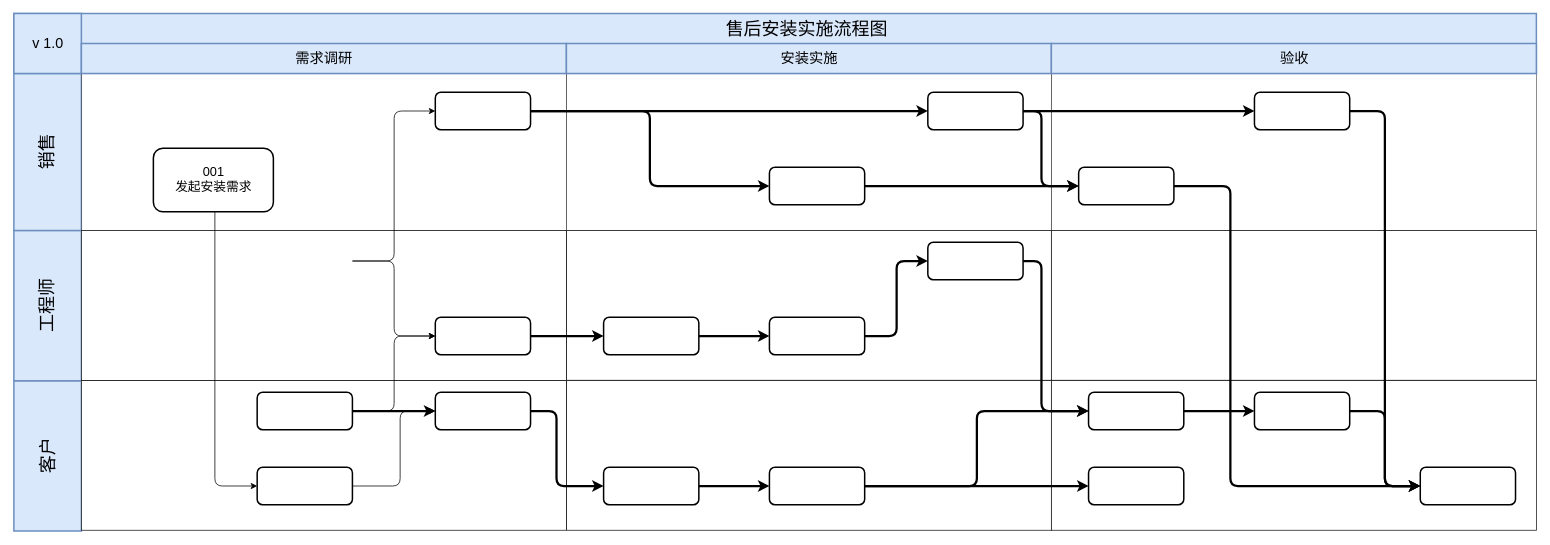
Earlier version of the draw.io diagram page "安装服务流程" (1 of 6) of Untitled Diagram.drawio (ahhfltj/cloud). Source tidied: cells renumbered, new cells numbered last; positions are measured from the earlier drawing's top-left corner, leaving out a move shared by most shapes. Both pictures are drawn from the tidied source at 75%, with x=0, y=0 at pixel (14, 13).
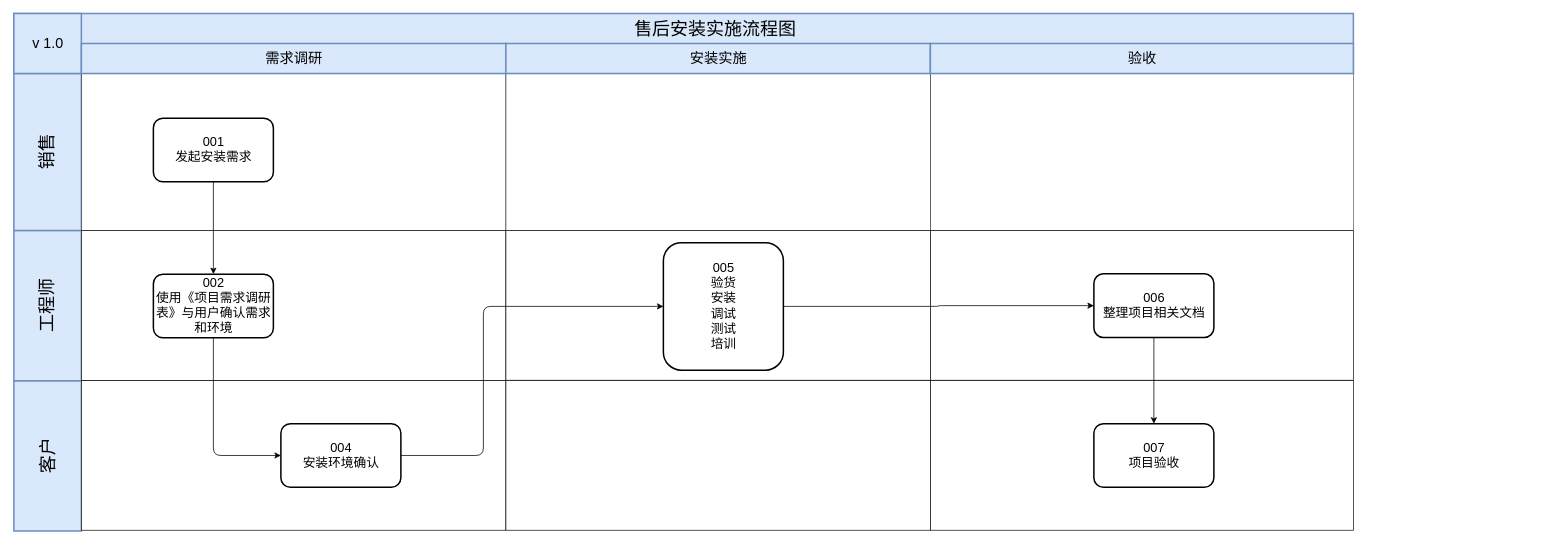
Above is the later version.

Change to the diagram source:
```diff
@@
     <mxCell id="2" value="售后安装实施流程图" style="fontSize=24;strokeWidth=2;fontFamily=Helvetica;html=1;fontStyle=0;spacingBottom=8;spacingRight=0;spacingLeft=83;verticalAlign=top;fillColor=#dae8fc;strokeColor=#6c8ebf;" parent="1" vertex="1">
-      <mxGeometry y="0.5" width="2030" height="80" as="geometry" />
+      <mxGeometry y="0.5" width="1786" height="80" as="geometry" />
     </mxCell>
@@
     <mxCell id="7" style="fontSize=18;strokeWidth=1;fontFamily=Helvetica;html=1;opacity=60;" parent="1" vertex="1">
-      <mxGeometry x="90" y="80.5" width="646.7" height="209.5" as="geometry" />
+      <mxGeometry x="90" y="80.5" width="566" height="209.5" as="geometry" />
     </mxCell>
     <mxCell id="8" style="fontSize=18;strokeWidth=1;fontFamily=Helvetica;html=1;opacity=90;" parent="1" vertex="1">
-      <mxGeometry x="90" y="290" width="646.7" height="200" as="geometry" />
+      <mxGeometry x="90" y="290" width="566" height="200" as="geometry" />
     </mxCell>
     <mxCell id="9" style="fontSize=18;strokeWidth=1;fontFamily=Helvetica;html=1;opacity=90;" parent="1" vertex="1">
-      <mxGeometry x="90" y="490" width="646.7" height="199.5" as="geometry" />
+      <mxGeometry x="90" y="490" width="566" height="199.5" as="geometry" />
     </mxCell>
     <mxCell id="10" style="fontSize=18;strokeWidth=1;fontFamily=Helvetica;html=1;opacity=60;" parent="1" vertex="1">
-      <mxGeometry x="736.7" y="80.5" width="647" height="209.5" as="geometry" />
+      <mxGeometry x="656" y="80.5" width="566" height="209.5" as="geometry" />
     </mxCell>
     <mxCell id="11" style="fontSize=18;strokeWidth=1;fontFamily=Helvetica;html=1;opacity=90;" parent="1" vertex="1">
-      <mxGeometry x="737" y="290" width="646.7" height="199.5" as="geometry" />
+      <mxGeometry x="656" y="290" width="566" height="199.5" as="geometry" />
     </mxCell>
     <mxCell id="12" style="fontSize=18;strokeWidth=1;fontFamily=Helvetica;html=1;opacity=90;" parent="1" vertex="1">
-      <mxGeometry x="737" y="490" width="646.7" height="199.5" as="geometry" />
+      <mxGeometry x="656" y="490" width="566" height="199.5" as="geometry" />
     </mxCell>
     <mxCell id="13" style="fontSize=18;strokeWidth=1;fontFamily=Helvetica;html=1;opacity=60;" parent="1" vertex="1">
-      <mxGeometry x="1383.3" y="80.5" width="647" height="209.5" as="geometry" />
+      <mxGeometry x="1222" y="80.5" width="564" height="209.5" as="geometry" />
     </mxCell>
     <mxCell id="14" style="fontSize=18;strokeWidth=1;fontFamily=Helvetica;html=1;opacity=90;" parent="1" vertex="1">
-      <mxGeometry x="1383.3" y="290" width="646.7" height="199.5" as="geometry" />
+      <mxGeometry x="1222" y="290" width="564" height="199.5" as="geometry" />
     </mxCell>
     <mxCell id="15" style="fontSize=18;strokeWidth=1;fontFamily=Helvetica;html=1;opacity=90;" parent="1" vertex="1">
-      <mxGeometry x="1383.3" y="490" width="646.7" height="199.5" as="geometry" />
+      <mxGeometry x="1222" y="490" width="564" height="199.5" as="geometry" />
     </mxCell>
+    <mxCell id="62" style="edgeStyle=orthogonalEdgeStyle;curved=0;rounded=1;sketch=0;jettySize=auto;html=1;fontSize=17;strokeWidth=1;" parent="1" edge="1" source="16" target="63">
+      <mxGeometry relative="1" as="geometry" />
+    </mxCell>
     <mxCell id="16" value="001&lt;br style=&quot;font-size: 17px;&quot;&gt;发起安装需求" style="rounded=1;strokeWidth=2;fontFamily=Helvetica;html=1;fontSize=17;" parent="1" vertex="1">
-      <mxGeometry x="186" y="180" width="160" height="84.8" as="geometry" />
+      <mxGeometry x="186" y="140" width="160" height="84.8" as="geometry" />
     </mxCell>
-    <mxCell id="17" style="rounded=1;strokeWidth=2;fontFamily=Helvetica;html=1;" parent="1" vertex="1">
-      <mxGeometry x="561.9" y="105.5" width="127" height="50" as="geometry" />
-    </mxCell>
-    <mxCell id="18" style="rounded=1;strokeWidth=2;fontFamily=Helvetica;html=1;" parent="1" vertex="1">
-      <mxGeometry x="561.9" y="405.5" width="127" height="50" as="geometry" />
-    </mxCell>
-    <mxCell id="19" style="rounded=1;strokeWidth=2;fontFamily=Helvetica;html=1;" parent="1" vertex="1">
-      <mxGeometry x="561.9" y="505.5" width="127" height="50" as="geometry" />
-    </mxCell>
-    <mxCell id="20" style="rounded=1;strokeWidth=2;fontFamily=Helvetica;html=1;" parent="1" vertex="1">
-      <mxGeometry x="324.4" y="605.5" width="127" height="50" as="geometry" />
-    </mxCell>
-    <mxCell id="21" style="rounded=1;strokeWidth=2;fontFamily=Helvetica;html=1;" parent="1" vertex="1">
-      <mxGeometry x="324.4" y="505.5" width="127" height="50" as="geometry" />
-    </mxCell>
-    <mxCell id="22" style="rounded=1;strokeWidth=2;fontFamily=Helvetica;html=1;" parent="1" vertex="1">
-      <mxGeometry x="1007.4" y="205.5" width="127" height="50" as="geometry" />
-    </mxCell>
-    <mxCell id="23" style="rounded=1;strokeWidth=2;fontFamily=Helvetica;html=1;" parent="1" vertex="1">
-      <mxGeometry x="1218.6" y="105.5" width="127" height="50" as="geometry" />
-    </mxCell>
-    <mxCell id="24" style="rounded=1;strokeWidth=2;fontFamily=Helvetica;html=1;" parent="1" vertex="1">
-      <mxGeometry x="1875.2" y="605.5" width="127" height="50" as="geometry" />
-    </mxCell>
-    <mxCell id="25" style="rounded=1;strokeWidth=2;fontFamily=Helvetica;html=1;" parent="1" vertex="1">
-      <mxGeometry x="1007.4" y="405.5" width="127" height="50" as="geometry" />
-    </mxCell>
-    <mxCell id="26" style="rounded=1;strokeWidth=2;fontFamily=Helvetica;html=1;" parent="1" vertex="1">
-      <mxGeometry x="786.3" y="605.5" width="127" height="50" as="geometry" />
-    </mxCell>
-    <mxCell id="27" style="rounded=1;strokeWidth=2;fontFamily=Helvetica;html=1;" parent="1" vertex="1">
-      <mxGeometry x="1007.4" y="605.5" width="127" height="50" as="geometry" />
-    </mxCell>
-    <mxCell id="28" style="rounded=1;strokeWidth=2;fontFamily=Helvetica;html=1;" parent="1" vertex="1">
-      <mxGeometry x="786.3" y="405.5" width="127" height="50" as="geometry" />
-    </mxCell>
-    <mxCell id="29" style="rounded=1;strokeWidth=2;fontFamily=Helvetica;html=1;" parent="1" vertex="1">
-      <mxGeometry x="1218.6" y="305.5" width="127" height="50" as="geometry" />
-    </mxCell>
-    <mxCell id="30" style="rounded=1;strokeWidth=2;fontFamily=Helvetica;html=1;" parent="1" vertex="1">
-      <mxGeometry x="1432.9" y="505.5" width="127" height="50" as="geometry" />
-    </mxCell>
-    <mxCell id="31" style="rounded=1;strokeWidth=2;fontFamily=Helvetica;html=1;" parent="1" vertex="1">
-      <mxGeometry x="1654.1" y="505.5" width="127" height="50" as="geometry" />
-    </mxCell>
-    <mxCell id="32" style="rounded=1;strokeWidth=2;fontFamily=Helvetica;html=1;" parent="1" vertex="1">
-      <mxGeometry x="1419.7" y="205.5" width="127" height="50" as="geometry" />
-    </mxCell>
-    <mxCell id="33" style="rounded=1;strokeWidth=2;fontFamily=Helvetica;html=1;" parent="1" vertex="1">
-      <mxGeometry x="1432.9" y="605.5" width="127" height="50" as="geometry" />
-    </mxCell>
-    <mxCell id="34" style="rounded=1;strokeWidth=2;fontFamily=Helvetica;html=1;" parent="1" vertex="1">
-      <mxGeometry x="1654.1" y="105.5" width="127" height="50" as="geometry" />
-    </mxCell>
-    <mxCell id="35" style="edgeStyle=elbowEdgeStyle;elbow=horizontal;strokeWidth=1;fontFamily=Helvetica;html=1;" parent="1" edge="1" source="16" target="20">
-      <mxGeometry x="6.4" y="830.5" as="geometry">
-        <Array as="points">
-          <mxPoint x="268" y="252.5" />
-        </Array>
-      </mxGeometry>
-    </mxCell>
-    <mxCell id="36" style="edgeStyle=elbowEdgeStyle;elbow=horizontal;strokeWidth=1;fontFamily=Helvetica;html=1;" parent="1" edge="1" target="17">
-      <mxGeometry x="6.4" y="830.5" as="geometry">
-        <mxPoint x="451.4" y="330.5" as="sourcePoint" />
-      </mxGeometry>
-    </mxCell>
-    <mxCell id="37" style="edgeStyle=elbowEdgeStyle;elbow=horizontal;strokeWidth=1;fontFamily=Helvetica;html=1;" parent="1" edge="1" target="18">
-      <mxGeometry x="6.4" y="830.5" as="geometry">
-        <mxPoint x="451.4" y="330.5" as="sourcePoint" />
-      </mxGeometry>
-    </mxCell>
-    <mxCell id="38" style="edgeStyle=elbowEdgeStyle;elbow=horizontal;strokeWidth=1;fontFamily=Helvetica;html=1;" parent="1" edge="1" source="21" target="18">
-      <mxGeometry x="6.4" y="830.5" as="geometry" />
-    </mxCell>
-    <mxCell id="39" style="edgeStyle=elbowEdgeStyle;elbow=horizontal;strokeWidth=3;fontFamily=Helvetica;html=1;" parent="1" edge="1" source="21" target="19">
-      <mxGeometry x="6.4" y="830.5" as="geometry" />
-    </mxCell>
-    <mxCell id="40" style="edgeStyle=elbowEdgeStyle;elbow=horizontal;strokeWidth=1;fontFamily=Helvetica;html=1;" parent="1" edge="1" source="20" target="19">
-      <mxGeometry x="6.4" y="830.5" as="geometry">
-        <Array as="points">
-          <mxPoint x="515" y="584.5" />
-        </Array>
-      </mxGeometry>
-    </mxCell>
-    <mxCell id="41" style="edgeStyle=elbowEdgeStyle;elbow=horizontal;strokeWidth=3;fontFamily=Helvetica;html=1;" parent="1" edge="1" source="17" target="22">
-      <mxGeometry x="6.4" y="830.5" as="geometry" />
-    </mxCell>
-    <mxCell id="42" style="edgeStyle=elbowEdgeStyle;elbow=horizontal;strokeWidth=3;fontFamily=Helvetica;html=1;" parent="1" edge="1" source="18" target="28">
-      <mxGeometry x="6.4" y="830.5" as="geometry" />
-    </mxCell>
-    <mxCell id="43" style="edgeStyle=elbowEdgeStyle;elbow=horizontal;strokeWidth=3;fontFamily=Helvetica;html=1;" parent="1" edge="1" source="28" target="25">
-      <mxGeometry x="6.4" y="830.5" as="geometry" />
-    </mxCell>
-    <mxCell id="44" style="edgeStyle=elbowEdgeStyle;elbow=horizontal;strokeWidth=3;fontFamily=Helvetica;html=1;" parent="1" edge="1" source="17" target="23">
-      <mxGeometry x="6.4" y="830.5" as="geometry" />
-    </mxCell>
-    <mxCell id="45" style="edgeStyle=elbowEdgeStyle;elbow=horizontal;strokeWidth=3;fontFamily=Helvetica;html=1;" parent="1" edge="1" source="19" target="26">
-      <mxGeometry x="6.4" y="830.5" as="geometry">
-        <Array as="points">
-          <mxPoint x="723.5" y="580.5" />
-        </Array>
-      </mxGeometry>
-    </mxCell>
-    <mxCell id="46" style="edgeStyle=elbowEdgeStyle;elbow=horizontal;strokeWidth=3;fontFamily=Helvetica;html=1;" parent="1" edge="1" source="26" target="27">
-      <mxGeometry x="6.4" y="830.5" as="geometry" />
-    </mxCell>
-    <mxCell id="47" style="edgeStyle=elbowEdgeStyle;elbow=horizontal;strokeWidth=3;fontFamily=Helvetica;html=1;" parent="1" edge="1" source="32" target="24">
-      <mxGeometry x="6.4" y="830.5" as="geometry">
-        <Array as="points">
-          <mxPoint x="1622" y="430.5" />
-        </Array>
-      </mxGeometry>
-    </mxCell>
-    <mxCell id="48" style="edgeStyle=elbowEdgeStyle;elbow=horizontal;strokeWidth=3;fontFamily=Helvetica;html=1;" parent="1" edge="1" source="27" target="30">
-      <mxGeometry x="6.4" y="830.5" as="geometry" />
-    </mxCell>
-    <mxCell id="49" style="edgeStyle=elbowEdgeStyle;elbow=horizontal;strokeWidth=3;fontFamily=Helvetica;html=1;" parent="1" edge="1" source="27" target="33">
-      <mxGeometry x="6.4" y="830.5" as="geometry" />
-    </mxCell>
-    <mxCell id="50" style="edgeStyle=elbowEdgeStyle;elbow=horizontal;strokeWidth=3;fontFamily=Helvetica;html=1;" parent="1" edge="1" source="25" target="29">
-      <mxGeometry x="6.4" y="830.5" as="geometry" />
-    </mxCell>
-    <mxCell id="51" style="edgeStyle=elbowEdgeStyle;elbow=horizontal;strokeWidth=3;fontFamily=Helvetica;html=1;" parent="1" edge="1" source="22" target="32">
-      <mxGeometry x="6.4" y="830.5" as="geometry" />
-    </mxCell>
-    <mxCell id="52" style="edgeStyle=elbowEdgeStyle;elbow=horizontal;strokeWidth=3;fontFamily=Helvetica;html=1;" parent="1" edge="1" source="23" target="32">
-      <mxGeometry x="6.4" y="830.5" as="geometry">
-        <Array as="points">
-          <mxPoint x="1370.1" y="180.5" />
-        </Array>
-      </mxGeometry>
-    </mxCell>
-    <mxCell id="53" style="edgeStyle=elbowEdgeStyle;elbow=horizontal;strokeWidth=3;fontFamily=Helvetica;html=1;" parent="1" edge="1" source="23" target="34">
-      <mxGeometry x="6.4" y="830.5" as="geometry" />
-    </mxCell>
-    <mxCell id="54" style="edgeStyle=elbowEdgeStyle;elbow=horizontal;strokeWidth=3;fontFamily=Helvetica;html=1;" parent="1" edge="1" source="34" target="24">
-      <mxGeometry x="6.4" y="830.5" as="geometry" />
-    </mxCell>
-    <mxCell id="55" style="edgeStyle=elbowEdgeStyle;elbow=horizontal;strokeWidth=3;fontFamily=Helvetica;html=1;" parent="1" edge="1" source="31" target="24">
-      <mxGeometry x="6.4" y="830.5" as="geometry" />
-    </mxCell>
-    <mxCell id="56" style="edgeStyle=elbowEdgeStyle;elbow=horizontal;strokeWidth=3;fontFamily=Helvetica;html=1;" parent="1" edge="1" source="30" target="31">
-      <mxGeometry x="6.4" y="830.5" as="geometry" />
-    </mxCell>
-    <mxCell id="57" style="edgeStyle=elbowEdgeStyle;elbow=horizontal;strokeWidth=3;fontFamily=Helvetica;html=1;" parent="1" edge="1" source="29" target="30">
-      <mxGeometry x="6.4" y="830.5" as="geometry">
-        <Array as="points">
-          <mxPoint x="1370.1" y="430.5" />
-        </Array>
-      </mxGeometry>
-    </mxCell>
     <mxCell id="58" style="group;fillColor=#dae8fc;strokeColor=#6c8ebf;" parent="1" vertex="1">
-      <mxGeometry x="90" y="40.5" width="646.7" height="40" as="geometry" />
+      <mxGeometry x="90" y="40.5" width="1696" height="40" as="geometry" />
     </mxCell>
     <mxCell id="59" value="需求调研" style="fontSize=19;strokeWidth=2;fontFamily=Helvetica;html=1;labelBackgroundColor=none;fillColor=#dae8fc;strokeColor=#6c8ebf;" parent="58" vertex="1">
-      <mxGeometry width="646.7" height="40" as="geometry" />
+      <mxGeometry width="566" height="40" as="geometry" />
     </mxCell>
     <mxCell id="60" value="安装实施" style="fontSize=19;strokeWidth=2;fontFamily=Helvetica;html=1;labelBackgroundColor=none;fillColor=#dae8fc;strokeColor=#6c8ebf;" parent="58" vertex="1">
-      <mxGeometry x="646.7" width="646.7" height="40" as="geometry" />
+      <mxGeometry x="566" width="566" height="40" as="geometry" />
     </mxCell>
     <mxCell id="61" value="验收" style="fontSize=19;strokeWidth=2;fontFamily=Helvetica;html=1;labelBackgroundColor=none;fillColor=#dae8fc;strokeColor=#6c8ebf;" parent="58" vertex="1">
-      <mxGeometry x="1293.3" width="646.7" height="40" as="geometry" />
+      <mxGeometry x="1132" width="564" height="40" as="geometry" />
     </mxCell>
+    <mxCell id="63" value="002&lt;br style=&quot;font-size: 17px&quot;&gt;使用《项目需求调研&lt;br&gt;表》与用户确认需求&lt;br&gt;和环境" style="rounded=1;strokeWidth=2;fontFamily=Helvetica;html=1;fontSize=17;" parent="1" vertex="1">
+      <mxGeometry x="186" y="348" width="160" height="84.8" as="geometry" />
+    </mxCell>
+    <mxCell id="64" value="004&lt;br style=&quot;font-size: 17px&quot;&gt;安装环境确认" style="rounded=1;strokeWidth=2;fontFamily=Helvetica;html=1;fontSize=17;" parent="1" vertex="1">
+      <mxGeometry x="356" y="547.4" width="160" height="84.8" as="geometry" />
+    </mxCell>
+    <mxCell id="65" style="edgeStyle=elbowEdgeStyle;elbow=horizontal;strokeWidth=1;fontFamily=Helvetica;html=1;exitX=0.5;exitY=1;exitDx=0;exitDy=0;entryX=0;entryY=0.5;entryDx=0;entryDy=0;" parent="1" edge="1" source="63" target="64">
+      <mxGeometry x="-592.5" y="1240.5" as="geometry">
+        <Array as="points">
+          <mxPoint x="266" y="550" />
+        </Array>
+      </mxGeometry>
+    </mxCell>
+    <mxCell id="66" style="edgeStyle=orthogonalEdgeStyle;curved=0;rounded=1;sketch=0;jettySize=auto;html=1;entryX=0;entryY=0.5;entryDx=0;entryDy=0;fontSize=17;strokeWidth=1;" parent="1" edge="1" source="67" target="71">
+      <mxGeometry relative="1" as="geometry" />
+    </mxCell>
+    <mxCell id="67" value="005&lt;br style=&quot;font-size: 17px&quot;&gt;验货&lt;br&gt;安装&lt;br&gt;调试&lt;br&gt;测试&lt;br&gt;培训" style="rounded=1;strokeWidth=2;fontFamily=Helvetica;html=1;fontSize=17;" parent="1" vertex="1">
+      <mxGeometry x="866" y="306" width="160" height="170" as="geometry" />
+    </mxCell>
+    <mxCell id="68" style="edgeStyle=elbowEdgeStyle;elbow=horizontal;strokeWidth=1;fontFamily=Helvetica;html=1;exitX=1;exitY=0.5;exitDx=0;exitDy=0;entryX=0;entryY=0.5;entryDx=0;entryDy=0;" parent="1" edge="1" source="64" target="67">
+      <mxGeometry x="-102.5" y="1060.5" as="geometry">
+        <Array as="points">
+          <mxPoint x="626" y="500" />
+        </Array>
+      </mxGeometry>
+    </mxCell>
+    <mxCell id="69" value="007&lt;br style=&quot;font-size: 17px&quot;&gt;项目验收" style="rounded=1;strokeWidth=2;fontFamily=Helvetica;html=1;fontSize=17;" parent="1" vertex="1">
+      <mxGeometry x="1440" y="547.4" width="160" height="84.8" as="geometry" />
+    </mxCell>
+    <mxCell id="70" style="edgeStyle=orthogonalEdgeStyle;curved=0;rounded=1;sketch=0;jettySize=auto;html=1;fontSize=17;strokeWidth=1;" parent="1" edge="1" source="71" target="69">
+      <mxGeometry relative="1" as="geometry" />
+    </mxCell>
+    <mxCell id="71" value="006&lt;br style=&quot;font-size: 17px&quot;&gt;整理项目相关文档" style="rounded=1;strokeWidth=2;fontFamily=Helvetica;html=1;fontSize=17;" parent="1" vertex="1">
+      <mxGeometry x="1440" y="347.6" width="160" height="84.8" as="geometry" />
+    </mxCell>
```
